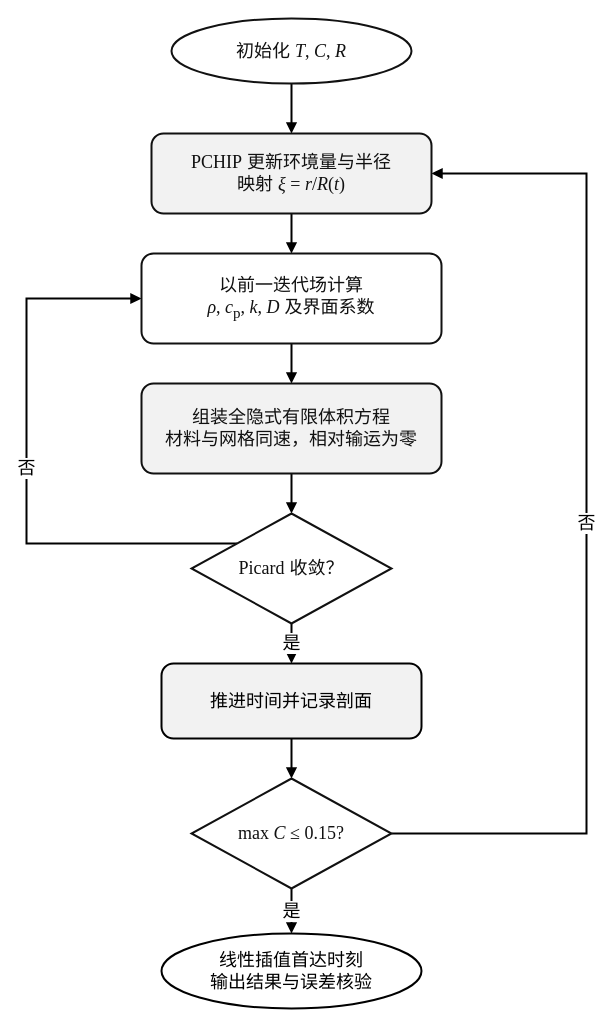
Above: CUMCM2026Problems/A题/drawio/moving_boundary_solver.drawio in Ruan-WH/26mathmodel (draw.io), before the change. Source tidied: cells renumbered, new cells numbered last; positions are measured from the earlier drawing's top-left corner, leaving out a move shared by most shapes. Both pictures are drawn from the tidied source at 100%, with x=0, y=0 at pixel (26, 18).
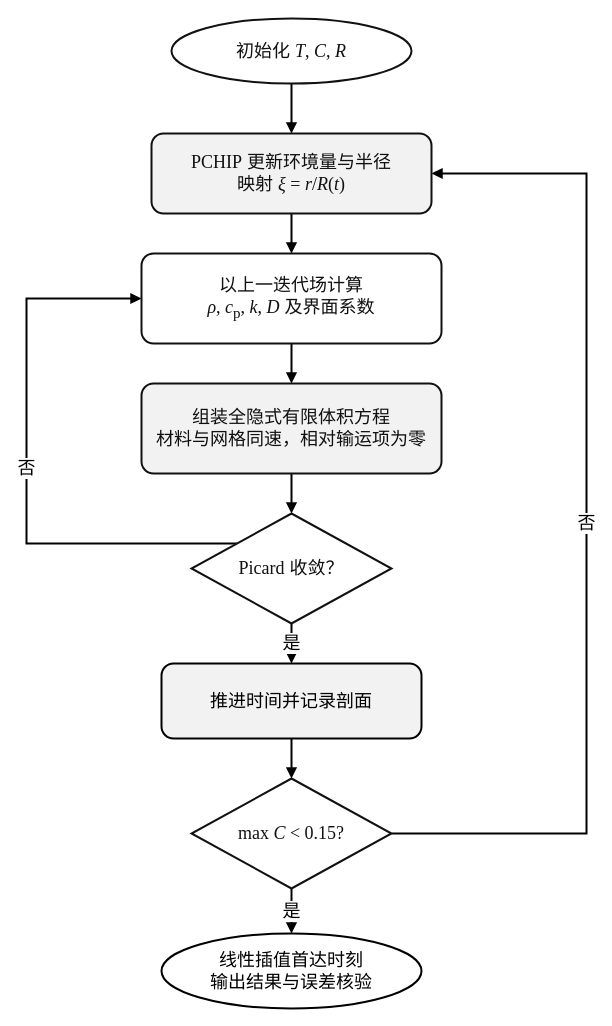
Above is the later version.

Commit message (it also covers changes not shown here):
统一图例术语并修正图中文字

Change to the diagram source:
```diff
@@
-    <mxCell id="13" value="&lt;font face=&quot;SimSun&quot;&gt;以前一迭代场计算&lt;/font&gt;&lt;br&gt;&lt;font face=&quot;Times New Roman&quot;&gt;&lt;i&gt;ρ&lt;/i&gt;, &lt;i&gt;c&lt;/i&gt;&lt;sub&gt;p&lt;/sub&gt;, &lt;i&gt;k&lt;/i&gt;, &lt;i&gt;D&lt;/i&gt;&lt;/font&gt;&lt;font face=&quot;SimSun&quot;&gt; 及界面系数&lt;/font&gt;" style="rounded=1;whiteSpace=wrap;html=1;strokeColor=#111111;strokeWidth=2;fillColor=#ffffff;fontFamily=SimSun;fontSize=18;fontColor=#111111;absoluteArcSize=1;arcSize=24;" parent="1" vertex="1">
+    <mxCell id="13" value="&lt;font face=&quot;SimSun&quot;&gt;以上一迭代场计算&lt;/font&gt;&lt;br&gt;&lt;font face=&quot;Times New Roman&quot;&gt;&lt;i&gt;ρ&lt;/i&gt;, &lt;i&gt;c&lt;/i&gt;&lt;sub&gt;p&lt;/sub&gt;, &lt;i&gt;k&lt;/i&gt;, &lt;i&gt;D&lt;/i&gt;&lt;/font&gt;&lt;font face=&quot;SimSun&quot;&gt; 及界面系数&lt;/font&gt;" style="rounded=1;whiteSpace=wrap;html=1;strokeColor=#111111;strokeWidth=2;fillColor=#ffffff;fontFamily=SimSun;fontSize=18;fontColor=#111111;absoluteArcSize=1;arcSize=24;" parent="1" vertex="1">
       <mxGeometry x="115" y="235" width="300" height="90" as="geometry" />
     </mxCell>
-    <mxCell id="14" value="&lt;font face=&quot;SimSun&quot;&gt;组装全隐式有限体积方程&lt;/font&gt;&lt;br&gt;&lt;font face=&quot;SimSun&quot;&gt;材料与网格同速，相对输运为零&lt;/font&gt;" style="rounded=1;whiteSpace=wrap;html=1;strokeColor=#111111;strokeWidth=2;fillColor=#f2f2f2;fontFamily=SimSun;fontSize=18;fontColor=#111111;absoluteArcSize=1;arcSize=24;" parent="1" vertex="1">
+    <mxCell id="14" value="&lt;font face=&quot;SimSun&quot;&gt;组装全隐式有限体积方程&lt;/font&gt;&lt;br&gt;&lt;font face=&quot;SimSun&quot;&gt;材料与网格同速，相对输运项为零&lt;/font&gt;" style="rounded=1;whiteSpace=wrap;html=1;strokeColor=#111111;strokeWidth=2;fillColor=#f2f2f2;fontFamily=SimSun;fontSize=18;fontColor=#111111;absoluteArcSize=1;arcSize=24;" parent="1" vertex="1">
       <mxGeometry x="115" y="365" width="300" height="90" as="geometry" />
     </mxCell>
@@
-    <mxCell id="17" value="&lt;font face=&quot;Times New Roman&quot;&gt;max &lt;i&gt;C&lt;/i&gt; ≤ 0.15?&lt;/font&gt;" style="rhombus;whiteSpace=wrap;html=1;strokeColor=#111111;strokeWidth=2;fillColor=#ffffff;fontFamily=Times New Roman;fontSize=18;fontColor=#111111;" parent="1" vertex="1">
+    <mxCell id="17" value="&lt;font face=&quot;Times New Roman&quot;&gt;max &lt;i&gt;C&lt;/i&gt; &lt; 0.15?&lt;/font&gt;" style="rhombus;whiteSpace=wrap;html=1;strokeColor=#111111;strokeWidth=2;fillColor=#ffffff;fontFamily=Times New Roman;fontSize=18;fontColor=#111111;" parent="1" vertex="1">
       <mxGeometry x="165" y="760" width="200" height="110" as="geometry" />
     </mxCell>
```
